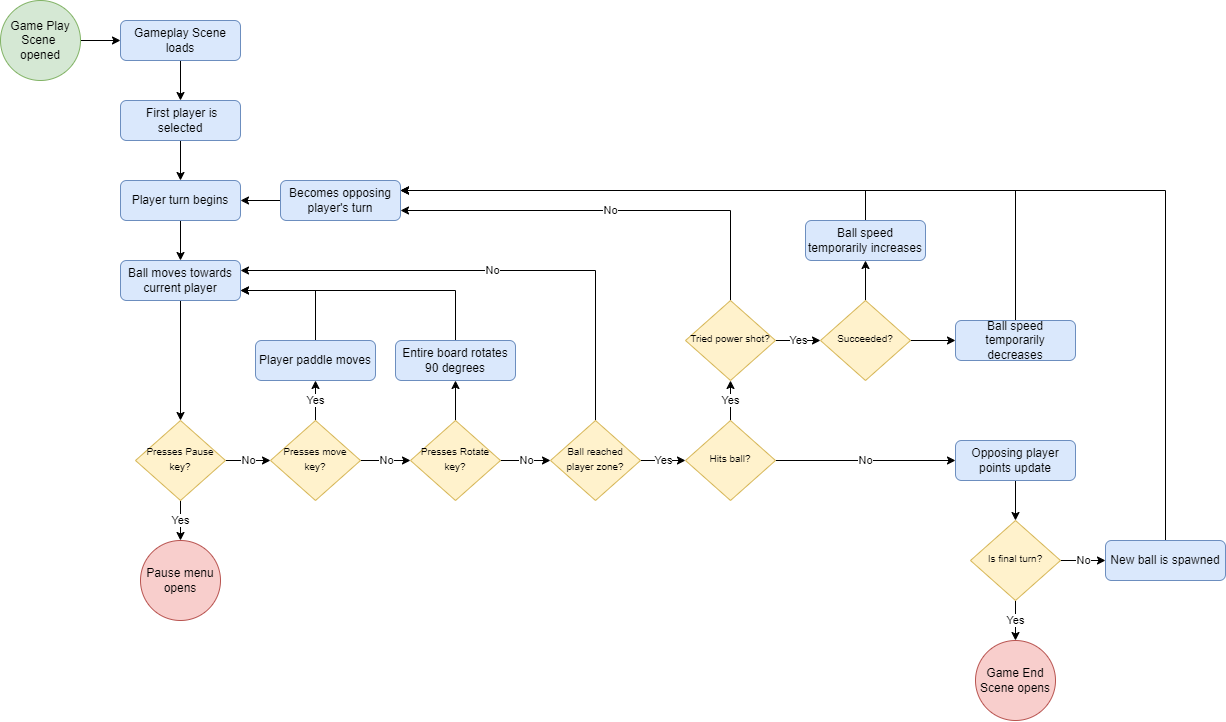
Earlier version of the draw.io export Design/GameplayFlow.png (zkturman/TiltaPong). Source tidied: cells renumbered, new cells last; positions are measured from the earlier drawing's top-left corner, leaving out a move shared by most shapes.
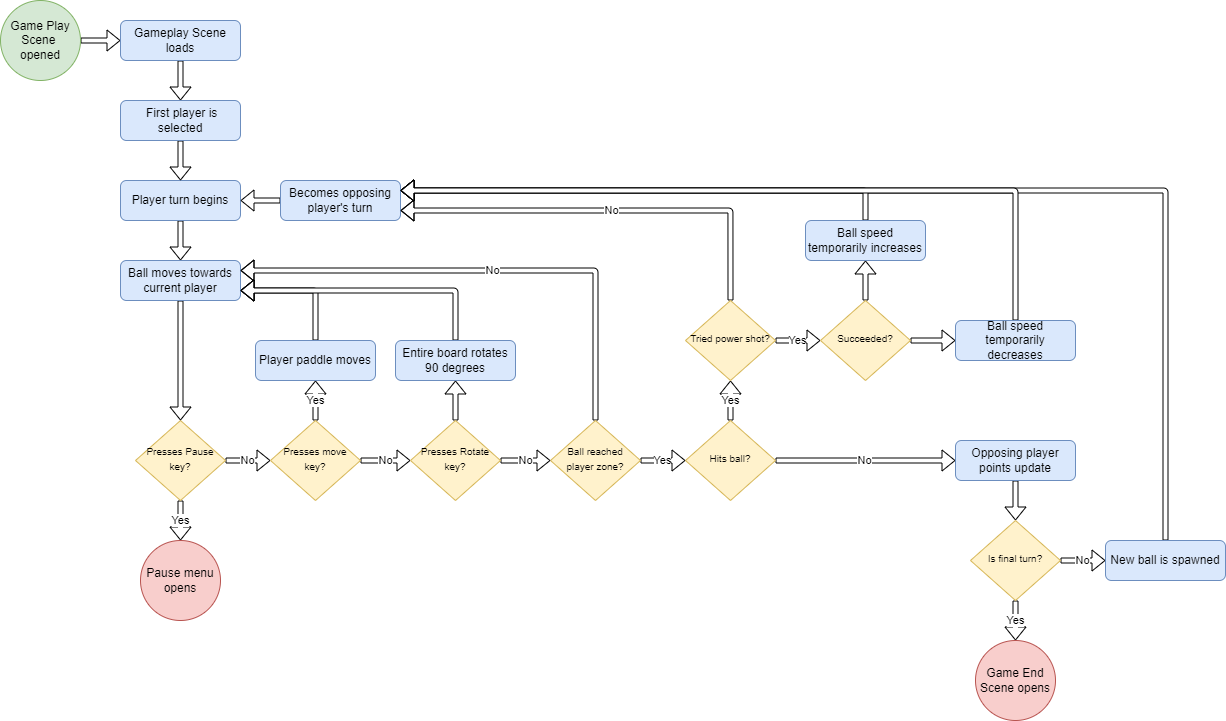
The same diagram one commit later.

Change to the diagram source:
```diff
@@ -2,49 +2,49 @@
   <root>
     <mxCell id="0" />
     <mxCell id="1" parent="0" />
-    <mxCell id="2" style="edgeStyle=orthogonalEdgeStyle;rounded=0;jettySize=auto;html=1;exitX=1;exitY=0.5;exitDx=0;exitDy=0;" parent="1" edge="1" source="3" target="8">
+    <mxCell id="2" style="edgeStyle=orthogonalEdgeStyle;rounded=1;jettySize=auto;html=1;exitX=1;exitY=0.5;exitDx=0;exitDy=0;shape=flexArrow;endSize=4;width=5;endWidth=15;fillColor=default;" parent="1" edge="1" source="3" target="8">
       <mxGeometry relative="1" as="geometry" />
     </mxCell>
     <mxCell id="3" value="Game Play Scene&amp;nbsp;&lt;br&gt;opened" style="ellipse;whiteSpace=wrap;html=1;fillColor=#d5e8d4;strokeColor=#82b366;" parent="1" vertex="1">
       <mxGeometry width="80" height="80" as="geometry" />
     </mxCell>
-    <mxCell id="4" value="Yes" style="edgeStyle=orthogonalEdgeStyle;rounded=0;jettySize=auto;html=1;" parent="1" edge="1" source="6" target="44">
+    <mxCell id="4" value="Yes" style="edgeStyle=orthogonalEdgeStyle;rounded=0;jettySize=auto;html=1;shape=flexArrow;fillColor=default;endSize=4;width=5;endWidth=15;" parent="1" edge="1" source="6" target="44">
       <mxGeometry relative="1" as="geometry" />
     </mxCell>
-    <mxCell id="5" value="No" style="edgeStyle=orthogonalEdgeStyle;rounded=0;jettySize=auto;html=1;exitX=1;exitY=0.5;exitDx=0;exitDy=0;entryX=0;entryY=0.5;entryDx=0;entryDy=0;" parent="1" edge="1" source="6" target="20">
+    <mxCell id="5" value="No" style="edgeStyle=orthogonalEdgeStyle;rounded=1;jettySize=auto;html=1;exitX=1;exitY=0.5;exitDx=0;exitDy=0;entryX=0;entryY=0.5;entryDx=0;entryDy=0;shape=flexArrow;endSize=4;width=5;endWidth=15;fillColor=default;" parent="1" edge="1" source="6" target="20">
       <mxGeometry relative="1" as="geometry" />
     </mxCell>
     <mxCell id="6" value="&lt;span style=&quot;font-size: 10px&quot;&gt;Hits ball?&lt;/span&gt;" style="rhombus;whiteSpace=wrap;html=1;shadow=0;fontFamily=Helvetica;fontSize=12;align=center;strokeWidth=1;spacing=6;spacingTop=-4;fillColor=#fff2cc;strokeColor=#d6b656;" parent="1" vertex="1">
       <mxGeometry x="685" y="420" width="90" height="80" as="geometry" />
     </mxCell>
-    <mxCell id="7" style="edgeStyle=orthogonalEdgeStyle;rounded=0;jettySize=auto;html=1;" parent="1" edge="1" source="8" target="14">
+    <mxCell id="7" style="edgeStyle=orthogonalEdgeStyle;rounded=1;jettySize=auto;html=1;shape=flexArrow;endSize=4;width=5;endWidth=15;fillColor=default;" parent="1" edge="1" source="8" target="14">
       <mxGeometry relative="1" as="geometry" />
     </mxCell>
     <mxCell id="8" value="&lt;font style=&quot;font-size: 12px&quot;&gt;Gameplay Scene loads&lt;/font&gt;" style="rounded=1;whiteSpace=wrap;html=1;fillColor=#dae8fc;strokeColor=#6c8ebf;" parent="1" vertex="1">
       <mxGeometry x="120" y="20" width="120" height="40" as="geometry" />
     </mxCell>
-    <mxCell id="9" style="edgeStyle=orthogonalEdgeStyle;rounded=0;jettySize=auto;html=1;" parent="1" edge="1" source="10" target="22">
+    <mxCell id="9" style="edgeStyle=orthogonalEdgeStyle;rounded=1;jettySize=auto;html=1;shape=flexArrow;endSize=4;width=5;endWidth=15;fillColor=default;" parent="1" edge="1" source="10" target="22">
       <mxGeometry relative="1" as="geometry" />
     </mxCell>
     <mxCell id="10" value="Player turn begins" style="rounded=1;whiteSpace=wrap;html=1;fillColor=#dae8fc;strokeColor=#6c8ebf;" parent="1" vertex="1">
       <mxGeometry x="120" y="180" width="120" height="40" as="geometry" />
     </mxCell>
-    <mxCell id="11" style="edgeStyle=orthogonalEdgeStyle;rounded=0;jettySize=auto;html=1;exitX=0;exitY=0.5;exitDx=0;exitDy=0;entryX=1;entryY=0.5;entryDx=0;entryDy=0;" parent="1" edge="1" source="12" target="10">
+    <mxCell id="11" style="edgeStyle=orthogonalEdgeStyle;rounded=0;jettySize=auto;html=1;exitX=0;exitY=0.5;exitDx=0;exitDy=0;entryX=1;entryY=0.5;entryDx=0;entryDy=0;shape=flexArrow;endSize=4;width=5;endWidth=15;fillColor=default;" parent="1" edge="1" source="12" target="10">
       <mxGeometry relative="1" as="geometry" />
     </mxCell>
     <mxCell id="12" value="Becomes opposing player's turn" style="rounded=1;whiteSpace=wrap;html=1;fillColor=#dae8fc;strokeColor=#6c8ebf;" parent="1" vertex="1">
       <mxGeometry x="280" y="180" width="120" height="40" as="geometry" />
     </mxCell>
-    <mxCell id="13" style="edgeStyle=orthogonalEdgeStyle;rounded=0;jettySize=auto;html=1;" parent="1" edge="1" source="14" target="10">
+    <mxCell id="13" style="edgeStyle=orthogonalEdgeStyle;rounded=1;jettySize=auto;html=1;shape=flexArrow;endSize=4;width=5;endWidth=15;fillColor=default;" parent="1" edge="1" source="14" target="10">
       <mxGeometry relative="1" as="geometry" />
     </mxCell>
     <mxCell id="14" value="&lt;font style=&quot;font-size: 12px&quot;&gt;&amp;nbsp;First player is selected&lt;/font&gt;" style="rounded=1;whiteSpace=wrap;html=1;fillColor=#dae8fc;strokeColor=#6c8ebf;" parent="1" vertex="1">
       <mxGeometry x="120" y="100" width="120" height="40" as="geometry" />
     </mxCell>
-    <mxCell id="15" value="Yes" style="edgeStyle=orthogonalEdgeStyle;rounded=0;jettySize=auto;html=1;exitX=0.5;exitY=1;exitDx=0;exitDy=0;" parent="1" edge="1" source="17" target="18">
+    <mxCell id="15" value="Yes" style="edgeStyle=orthogonalEdgeStyle;rounded=1;jettySize=auto;html=1;exitX=0.5;exitY=1;exitDx=0;exitDy=0;shape=flexArrow;endSize=4;width=5;endWidth=15;fillColor=default;" parent="1" edge="1" source="17" target="18">
       <mxGeometry relative="1" as="geometry" />
     </mxCell>
-    <mxCell id="16" value="No" style="edgeStyle=orthogonalEdgeStyle;rounded=0;jettySize=auto;html=1;exitX=1;exitY=0.5;exitDx=0;exitDy=0;entryX=0;entryY=0.5;entryDx=0;entryDy=0;" parent="1" edge="1" source="17" target="29">
+    <mxCell id="16" value="No" style="edgeStyle=orthogonalEdgeStyle;rounded=1;jettySize=auto;html=1;exitX=1;exitY=0.5;exitDx=0;exitDy=0;entryX=0;entryY=0.5;entryDx=0;entryDy=0;shape=flexArrow;endSize=4;width=5;endWidth=15;fillColor=default;" parent="1" edge="1" source="17" target="29">
       <mxGeometry relative="1" as="geometry" />
     </mxCell>
     <mxCell id="17" value="&lt;span style=&quot;font-size: 10px&quot;&gt;Presses Pause key?&lt;/span&gt;" style="rhombus;whiteSpace=wrap;html=1;shadow=0;fontFamily=Helvetica;fontSize=12;align=center;strokeWidth=1;spacing=6;spacingTop=-4;fillColor=#fff2cc;strokeColor=#d6b656;" parent="1" vertex="1">
@@ -53,22 +53,22 @@
     <mxCell id="18" value="Pause menu opens" style="ellipse;whiteSpace=wrap;html=1;fillColor=#f8cecc;strokeColor=#b85450;" parent="1" vertex="1">
       <mxGeometry x="140" y="540" width="80" height="80" as="geometry" />
     </mxCell>
-    <mxCell id="19" style="edgeStyle=orthogonalEdgeStyle;rounded=0;jettySize=auto;html=1;" parent="1" edge="1" source="20" target="25">
+    <mxCell id="19" style="edgeStyle=orthogonalEdgeStyle;rounded=1;jettySize=auto;html=1;shape=flexArrow;endSize=4;width=5;endWidth=15;fillColor=default;" parent="1" edge="1" source="20" target="25">
       <mxGeometry relative="1" as="geometry" />
     </mxCell>
     <mxCell id="20" value="Opposing player points update" style="rounded=1;whiteSpace=wrap;html=1;fillColor=#dae8fc;strokeColor=#6c8ebf;" parent="1" vertex="1">
       <mxGeometry x="955" y="440" width="120" height="40" as="geometry" />
     </mxCell>
-    <mxCell id="21" style="edgeStyle=orthogonalEdgeStyle;rounded=0;jettySize=auto;html=1;exitX=0.5;exitY=1;exitDx=0;exitDy=0;entryX=0.5;entryY=0;entryDx=0;entryDy=0;" parent="1" edge="1" source="22" target="17">
+    <mxCell id="21" style="edgeStyle=orthogonalEdgeStyle;rounded=1;jettySize=auto;html=1;exitX=0.5;exitY=1;exitDx=0;exitDy=0;entryX=0.5;entryY=0;entryDx=0;entryDy=0;shape=flexArrow;endSize=4;width=5;endWidth=15;fillColor=default;" parent="1" edge="1" source="22" target="17">
       <mxGeometry relative="1" as="geometry" />
     </mxCell>
     <mxCell id="22" value="Ball moves towards current player" style="rounded=1;whiteSpace=wrap;html=1;fillColor=#dae8fc;strokeColor=#6c8ebf;" parent="1" vertex="1">
       <mxGeometry x="120" y="260" width="120" height="40" as="geometry" />
     </mxCell>
-    <mxCell id="23" value="Yes" style="edgeStyle=orthogonalEdgeStyle;rounded=0;jettySize=auto;html=1;" parent="1" edge="1" source="25" target="26">
+    <mxCell id="23" value="Yes" style="edgeStyle=orthogonalEdgeStyle;rounded=0;jettySize=auto;html=1;shape=flexArrow;fillColor=default;endSize=4;width=5;endWidth=15;" parent="1" edge="1" source="25" target="26">
       <mxGeometry relative="1" as="geometry" />
     </mxCell>
-    <mxCell id="24" value="No" style="edgeStyle=orthogonalEdgeStyle;rounded=0;jettySize=auto;html=1;" parent="1" edge="1" source="25" target="34">
+    <mxCell id="24" value="No" style="edgeStyle=orthogonalEdgeStyle;rounded=0;jettySize=auto;html=1;shape=flexArrow;fillColor=default;endSize=4;width=5;endWidth=15;" parent="1" edge="1" source="25" target="34">
       <mxGeometry relative="1" as="geometry" />
     </mxCell>
     <mxCell id="25" value="&lt;span style=&quot;font-size: 10px&quot;&gt;Is final turn?&lt;/span&gt;" style="rhombus;whiteSpace=wrap;html=1;shadow=0;fontFamily=Helvetica;fontSize=12;align=center;strokeWidth=1;spacing=6;spacingTop=-4;fillColor=#fff2cc;strokeColor=#d6b656;" parent="1" vertex="1">
@@ -77,25 +77,25 @@
     <mxCell id="26" value="Game End Scene opens" style="ellipse;whiteSpace=wrap;html=1;fillColor=#f8cecc;strokeColor=#b85450;" parent="1" vertex="1">
       <mxGeometry x="975" y="640" width="80" height="80" as="geometry" />
     </mxCell>
-    <mxCell id="27" value="Yes" style="edgeStyle=orthogonalEdgeStyle;rounded=0;jettySize=auto;html=1;exitX=0.5;exitY=0;exitDx=0;exitDy=0;entryX=0.5;entryY=1;entryDx=0;entryDy=0;" parent="1" edge="1" source="29" target="39">
+    <mxCell id="27" value="Yes" style="edgeStyle=orthogonalEdgeStyle;rounded=1;jettySize=auto;html=1;exitX=0.5;exitY=0;exitDx=0;exitDy=0;entryX=0.5;entryY=1;entryDx=0;entryDy=0;shape=flexArrow;endSize=4;width=5;endWidth=15;fillColor=default;" parent="1" edge="1" source="29" target="39">
       <mxGeometry relative="1" as="geometry" />
     </mxCell>
-    <mxCell id="28" value="No" style="edgeStyle=orthogonalEdgeStyle;rounded=0;jettySize=auto;html=1;exitX=1;exitY=0.5;exitDx=0;exitDy=0;" parent="1" edge="1" source="29" target="37">
+    <mxCell id="28" value="No" style="edgeStyle=orthogonalEdgeStyle;rounded=0;jettySize=auto;html=1;exitX=1;exitY=0.5;exitDx=0;exitDy=0;shape=flexArrow;fillColor=default;endSize=4;width=5;endWidth=15;" parent="1" edge="1" source="29" target="37">
       <mxGeometry relative="1" as="geometry" />
     </mxCell>
     <mxCell id="29" value="&lt;span style=&quot;font-size: 10px&quot;&gt;Presses move key?&lt;/span&gt;" style="rhombus;whiteSpace=wrap;html=1;shadow=0;fontFamily=Helvetica;fontSize=12;align=center;strokeWidth=1;spacing=6;spacingTop=-4;fillColor=#fff2cc;strokeColor=#d6b656;" parent="1" vertex="1">
       <mxGeometry x="270" y="420" width="90" height="80" as="geometry" />
     </mxCell>
-    <mxCell id="30" value="Yes" style="edgeStyle=orthogonalEdgeStyle;rounded=0;jettySize=auto;html=1;" parent="1" edge="1" source="32" target="6">
+    <mxCell id="30" value="Yes" style="edgeStyle=orthogonalEdgeStyle;rounded=0;jettySize=auto;html=1;shape=flexArrow;fillColor=default;endSize=4;width=5;endWidth=15;" parent="1" edge="1" source="32" target="6">
       <mxGeometry relative="1" as="geometry" />
     </mxCell>
-    <mxCell id="31" value="No" style="edgeStyle=orthogonalEdgeStyle;rounded=0;jettySize=auto;html=1;exitX=0.5;exitY=0;exitDx=0;exitDy=0;entryX=1;entryY=0.25;entryDx=0;entryDy=0;" parent="1" edge="1" source="32" target="22">
+    <mxCell id="31" value="No" style="edgeStyle=orthogonalEdgeStyle;rounded=1;jettySize=auto;html=1;exitX=0.5;exitY=0;exitDx=0;exitDy=0;entryX=1;entryY=0.25;entryDx=0;entryDy=0;shape=flexArrow;endSize=4;width=5;endWidth=15;fillColor=default;" parent="1" edge="1" source="32" target="22">
       <mxGeometry relative="1" as="geometry" />
     </mxCell>
     <mxCell id="32" value="&lt;span style=&quot;font-size: 10px&quot;&gt;Ball reached player zone?&lt;/span&gt;" style="rhombus;whiteSpace=wrap;html=1;shadow=0;fontFamily=Helvetica;fontSize=12;align=center;strokeWidth=1;spacing=6;spacingTop=-4;fillColor=#fff2cc;strokeColor=#d6b656;" parent="1" vertex="1">
       <mxGeometry x="550" y="420" width="90" height="80" as="geometry" />
     </mxCell>
-    <mxCell id="33" style="edgeStyle=orthogonalEdgeStyle;rounded=0;jettySize=auto;html=1;entryX=1;entryY=0.25;entryDx=0;entryDy=0;exitX=0.5;exitY=0;exitDx=0;exitDy=0;" parent="1" edge="1" source="34" target="12">
+    <mxCell id="33" style="edgeStyle=orthogonalEdgeStyle;rounded=1;jettySize=auto;html=1;entryX=1;entryY=0.25;entryDx=0;entryDy=0;exitX=0.5;exitY=0;exitDx=0;exitDy=0;shape=flexArrow;endSize=4;width=5;endWidth=15;fillColor=default;" parent="1" edge="1" source="34" target="12">
       <mxGeometry relative="1" as="geometry">
         <Array as="points">
           <mxPoint x="1165" y="190" />
@@ -105,22 +105,22 @@
     <mxCell id="34" value="New ball is spawned" style="rounded=1;whiteSpace=wrap;html=1;fillColor=#dae8fc;strokeColor=#6c8ebf;" parent="1" vertex="1">
       <mxGeometry x="1105" y="540" width="120" height="40" as="geometry" />
     </mxCell>
-    <mxCell id="35" value="No" style="edgeStyle=orthogonalEdgeStyle;rounded=0;jettySize=auto;html=1;exitX=1;exitY=0.5;exitDx=0;exitDy=0;entryX=0;entryY=0.5;entryDx=0;entryDy=0;" parent="1" edge="1" source="37" target="32">
+    <mxCell id="35" value="No" style="edgeStyle=orthogonalEdgeStyle;rounded=0;jettySize=auto;html=1;exitX=1;exitY=0.5;exitDx=0;exitDy=0;entryX=0;entryY=0.5;entryDx=0;entryDy=0;shape=flexArrow;fillColor=default;endSize=4;width=5;endWidth=15;" parent="1" edge="1" source="37" target="32">
       <mxGeometry relative="1" as="geometry" />
     </mxCell>
-    <mxCell id="36" style="edgeStyle=orthogonalEdgeStyle;rounded=0;jettySize=auto;html=1;" parent="1" edge="1" source="37" target="41">
+    <mxCell id="36" style="edgeStyle=orthogonalEdgeStyle;rounded=0;jettySize=auto;html=1;shape=flexArrow;endSize=4;width=5;endWidth=15;fillColor=default;" parent="1" edge="1" source="37" target="41">
       <mxGeometry relative="1" as="geometry" />
     </mxCell>
     <mxCell id="37" value="&lt;span style=&quot;font-size: 10px&quot;&gt;Presses Rotate key?&lt;/span&gt;" style="rhombus;whiteSpace=wrap;html=1;shadow=0;fontFamily=Helvetica;fontSize=12;align=center;strokeWidth=1;spacing=6;spacingTop=-4;fillColor=#fff2cc;strokeColor=#d6b656;" parent="1" vertex="1">
       <mxGeometry x="410" y="420" width="90" height="80" as="geometry" />
     </mxCell>
-    <mxCell id="38" style="edgeStyle=orthogonalEdgeStyle;rounded=0;jettySize=auto;html=1;exitX=0.5;exitY=0;exitDx=0;exitDy=0;entryX=1;entryY=0.75;entryDx=0;entryDy=0;" parent="1" edge="1" source="39" target="22">
+    <mxCell id="38" style="edgeStyle=orthogonalEdgeStyle;rounded=1;jettySize=auto;html=1;exitX=0.5;exitY=0;exitDx=0;exitDy=0;entryX=1;entryY=0.75;entryDx=0;entryDy=0;shape=flexArrow;endSize=4;width=5;endWidth=15;fillColor=default;" parent="1" edge="1" source="39" target="22">
       <mxGeometry relative="1" as="geometry" />
     </mxCell>
     <mxCell id="39" value="Player paddle moves" style="rounded=1;whiteSpace=wrap;html=1;fillColor=#dae8fc;strokeColor=#6c8ebf;" parent="1" vertex="1">
       <mxGeometry x="255" y="340" width="120" height="40" as="geometry" />
     </mxCell>
-    <mxCell id="40" style="edgeStyle=orthogonalEdgeStyle;rounded=0;jettySize=auto;html=1;exitX=0.5;exitY=0;exitDx=0;exitDy=0;" parent="1" edge="1" source="41">
+    <mxCell id="40" style="edgeStyle=orthogonalEdgeStyle;rounded=1;jettySize=auto;html=1;exitX=0.5;exitY=0;exitDx=0;exitDy=0;shape=flexArrow;endSize=4;width=5;endWidth=15;fillColor=default;" parent="1" edge="1" source="41">
       <mxGeometry relative="1" as="geometry">
         <mxPoint x="240" y="290" as="targetPoint" />
         <Array as="points">
@@ -131,31 +131,31 @@
     <mxCell id="41" value="Entire board rotates 90 degrees" style="rounded=1;whiteSpace=wrap;html=1;fillColor=#dae8fc;strokeColor=#6c8ebf;" parent="1" vertex="1">
       <mxGeometry x="395" y="340" width="120" height="40" as="geometry" />
     </mxCell>
-    <mxCell id="42" value="Yes" style="edgeStyle=orthogonalEdgeStyle;rounded=0;jettySize=auto;html=1;" parent="1" edge="1" source="44" target="47">
+    <mxCell id="42" value="Yes" style="edgeStyle=orthogonalEdgeStyle;rounded=0;jettySize=auto;html=1;shape=flexArrow;fillColor=default;endSize=4;width=5;endWidth=15;" parent="1" edge="1" source="44" target="47">
       <mxGeometry relative="1" as="geometry" />
     </mxCell>
-    <mxCell id="43" value="No" style="edgeStyle=orthogonalEdgeStyle;rounded=0;jettySize=auto;html=1;exitX=0.5;exitY=0;exitDx=0;exitDy=0;entryX=1;entryY=0.75;entryDx=0;entryDy=0;" parent="1" edge="1" source="44" target="12">
+    <mxCell id="43" value="No" style="edgeStyle=orthogonalEdgeStyle;rounded=1;jettySize=auto;html=1;exitX=0.5;exitY=0;exitDx=0;exitDy=0;entryX=1;entryY=0.75;entryDx=0;entryDy=0;shape=flexArrow;endSize=4;width=5;endWidth=15;fillColor=default;" parent="1" edge="1" source="44" target="12">
       <mxGeometry relative="1" as="geometry" />
     </mxCell>
     <mxCell id="44" value="&lt;span style=&quot;font-size: 10px&quot;&gt;Tried power shot?&lt;/span&gt;" style="rhombus;whiteSpace=wrap;html=1;shadow=0;fontFamily=Helvetica;fontSize=12;align=center;strokeWidth=1;spacing=6;spacingTop=-4;fillColor=#fff2cc;strokeColor=#d6b656;" parent="1" vertex="1">
       <mxGeometry x="685" y="300" width="90" height="80" as="geometry" />
     </mxCell>
-    <mxCell id="45" style="edgeStyle=orthogonalEdgeStyle;rounded=0;jettySize=auto;html=1;" parent="1" edge="1" source="47" target="49">
+    <mxCell id="45" style="edgeStyle=orthogonalEdgeStyle;rounded=1;jettySize=auto;html=1;shape=flexArrow;endSize=4;width=5;endWidth=15;fillColor=default;" parent="1" edge="1" source="47" target="49">
       <mxGeometry relative="1" as="geometry" />
     </mxCell>
-    <mxCell id="46" style="edgeStyle=orthogonalEdgeStyle;rounded=0;jettySize=auto;html=1;" parent="1" edge="1" source="47" target="51">
+    <mxCell id="46" style="edgeStyle=orthogonalEdgeStyle;rounded=1;jettySize=auto;html=1;shape=flexArrow;endSize=4;width=5;endWidth=15;fillColor=default;" parent="1" edge="1" source="47" target="51">
       <mxGeometry relative="1" as="geometry" />
     </mxCell>
     <mxCell id="47" value="&lt;span style=&quot;font-size: 10px&quot;&gt;Succeeded?&lt;/span&gt;" style="rhombus;whiteSpace=wrap;html=1;shadow=0;fontFamily=Helvetica;fontSize=12;align=center;strokeWidth=1;spacing=6;spacingTop=-4;fillColor=#fff2cc;strokeColor=#d6b656;" parent="1" vertex="1">
       <mxGeometry x="820" y="300" width="90" height="80" as="geometry" />
     </mxCell>
-    <mxCell id="48" style="edgeStyle=orthogonalEdgeStyle;rounded=0;jettySize=auto;html=1;exitX=0.5;exitY=0;exitDx=0;exitDy=0;entryX=1;entryY=0.25;entryDx=0;entryDy=0;" parent="1" edge="1" source="49" target="12">
+    <mxCell id="48" style="edgeStyle=orthogonalEdgeStyle;rounded=1;jettySize=auto;html=1;exitX=0.5;exitY=0;exitDx=0;exitDy=0;entryX=1;entryY=0.25;entryDx=0;entryDy=0;shape=flexArrow;endSize=4;width=5;endWidth=15;fillColor=default;" parent="1" edge="1" source="49" target="12">
       <mxGeometry relative="1" as="geometry" />
     </mxCell>
     <mxCell id="49" value="Ball speed temporarily increases" style="rounded=1;whiteSpace=wrap;html=1;fillColor=#dae8fc;strokeColor=#6c8ebf;" parent="1" vertex="1">
       <mxGeometry x="805" y="220" width="120" height="40" as="geometry" />
     </mxCell>
-    <mxCell id="50" style="edgeStyle=orthogonalEdgeStyle;rounded=0;jettySize=auto;html=1;exitX=0.5;exitY=0;exitDx=0;exitDy=0;" parent="1" edge="1" source="51">
+    <mxCell id="50" style="edgeStyle=orthogonalEdgeStyle;rounded=1;jettySize=auto;html=1;exitX=0.5;exitY=0;exitDx=0;exitDy=0;shape=flexArrow;endSize=4;width=5;endWidth=15;fillColor=default;" parent="1" edge="1" source="51">
       <mxGeometry relative="1" as="geometry">
         <mxPoint x="400" y="190" as="targetPoint" />
         <Array as="points">
```
